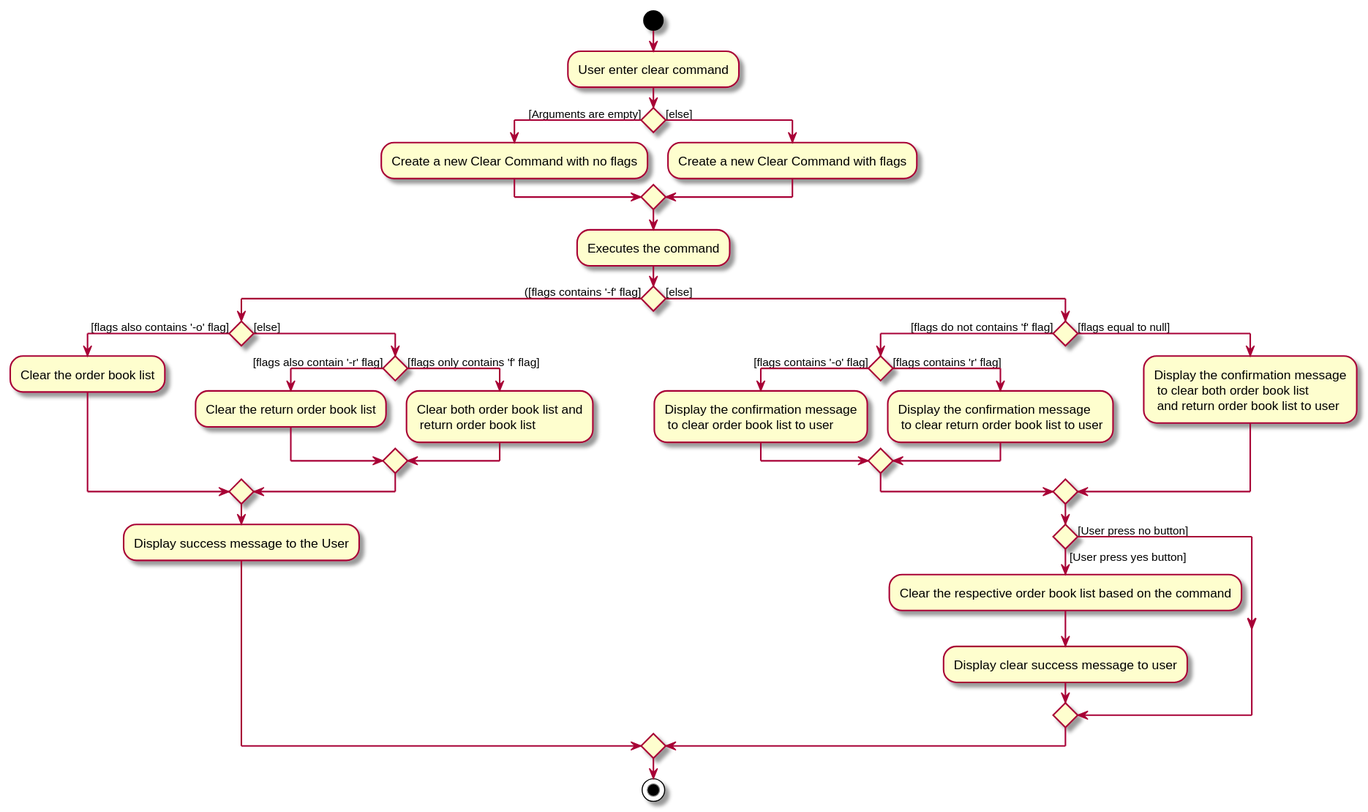
Above: docs/images/ClearActivityDiagram.svg in nus-cs2103-AY1920S2/addressbook-level3 (PlantUML), before the change.
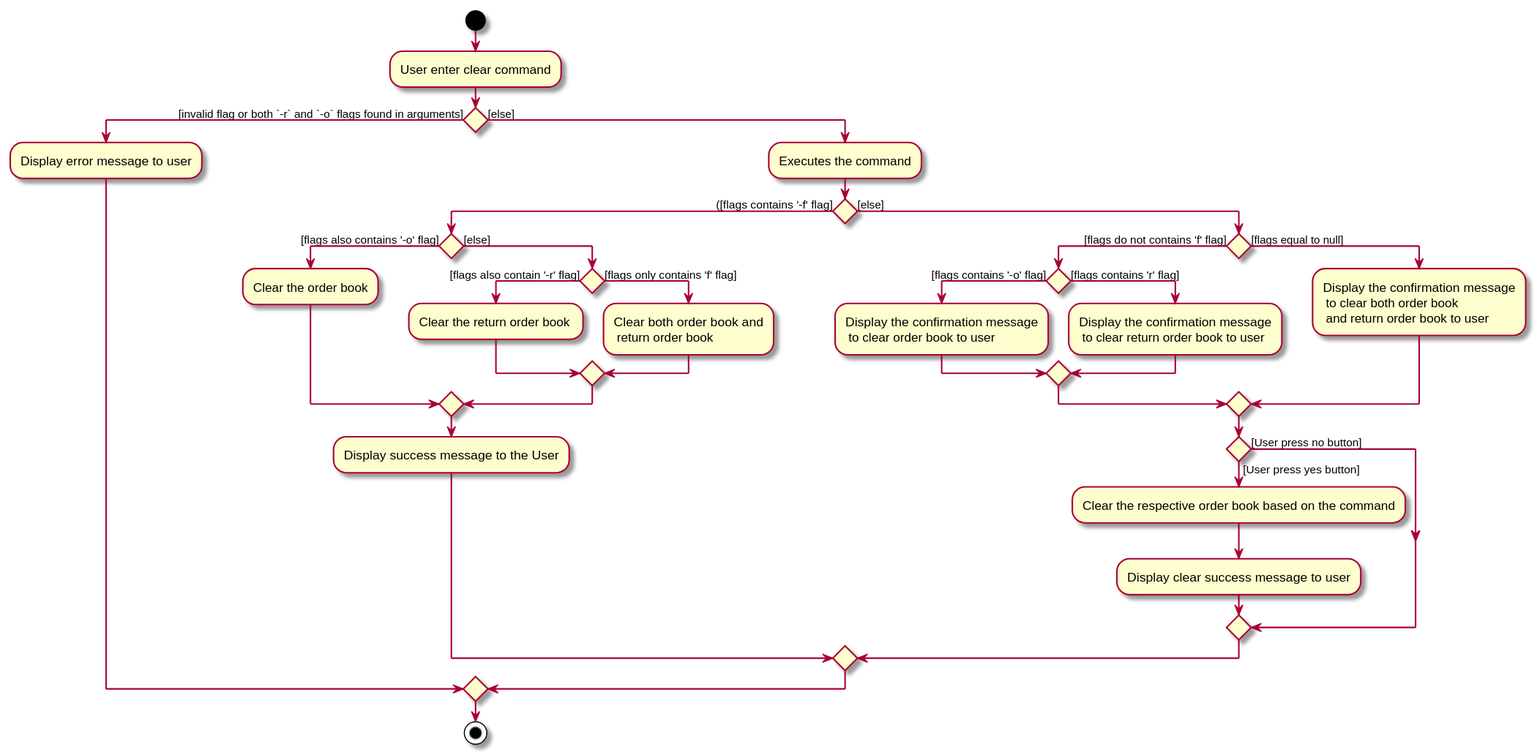
The same file after the commit.

Diff of the diagram source:
```diff
@@ -2,22 +2,20 @@
 
 start
 :User enter clear command;
-if () then ([Arguments are empty])
-    :Create a new Clear Command with no flags;
+if () then ([invalid flag or both `-r` and `-o` flags found in arguments])
+:Display error message to user;
 else ([else])
-    :Create a new Clear Command with flags;
-endif
 :Executes the command;
 
 if () then (([flags contains '-f' flag])
     if () then ([flags also contains '-o' flag])
-    :Clear the order book list;
+    :Clear the order book;
     else ([else])
         if() then ([flags also contain '-r' flag])
-        :Clear the return order book list;
+        :Clear the return order book ;
         else ([flags only contains 'f' flag])
-        :Clear both order book list and
-         return order book list;
+        :Clear both order book  and
+         return order book;
         endif
     endif
     :Display success message to the User;
@@ -26,21 +24,22 @@
     if() then([flags do not contains 'f' flag])
         if () then ([flags contains '-o' flag])
             :Display the confirmation message
-             to clear order book list to user;
+             to clear order book to user;
         else ([flags contains 'r' flag])
             :Display the confirmation message
-             to clear return order book list to user;
+             to clear return order book to user;
         endif
     else ([flags equal to null])
     :Display the confirmation message
-     to clear both order book list
-     and return order book list to user;
+     to clear both order book
+     and return order book to user;
     endif
     if () then ([User press yes button])
-        :Clear the respective order book list based on the command;
+        :Clear the respective order book based on the command;
         :Display clear success message to user;
     else ([User press no button])
     endif
 endif
+endif
 stop
 @enduml
```
